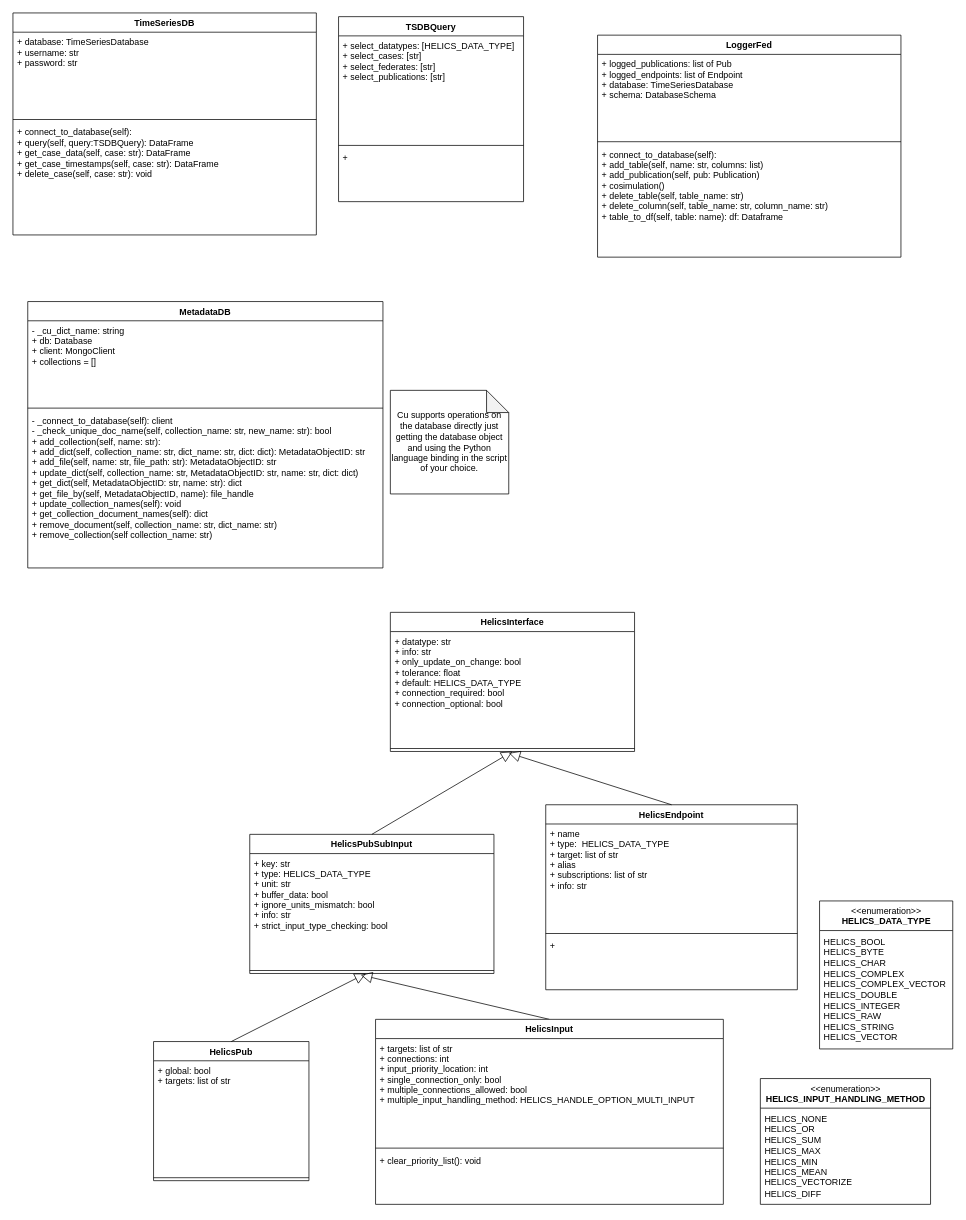
Above: docs/FY24_copper_classes.drawio in pnnl/cst (draw.io), before the change. Source tidied: cells renumbered, new cells numbered last; positions are measured from the earlier drawing's top-left corner, leaving out a move shared by most shapes. Both pictures are drawn from the tidied source at 74%, with x=0, y=0 at pixel (13, 13).
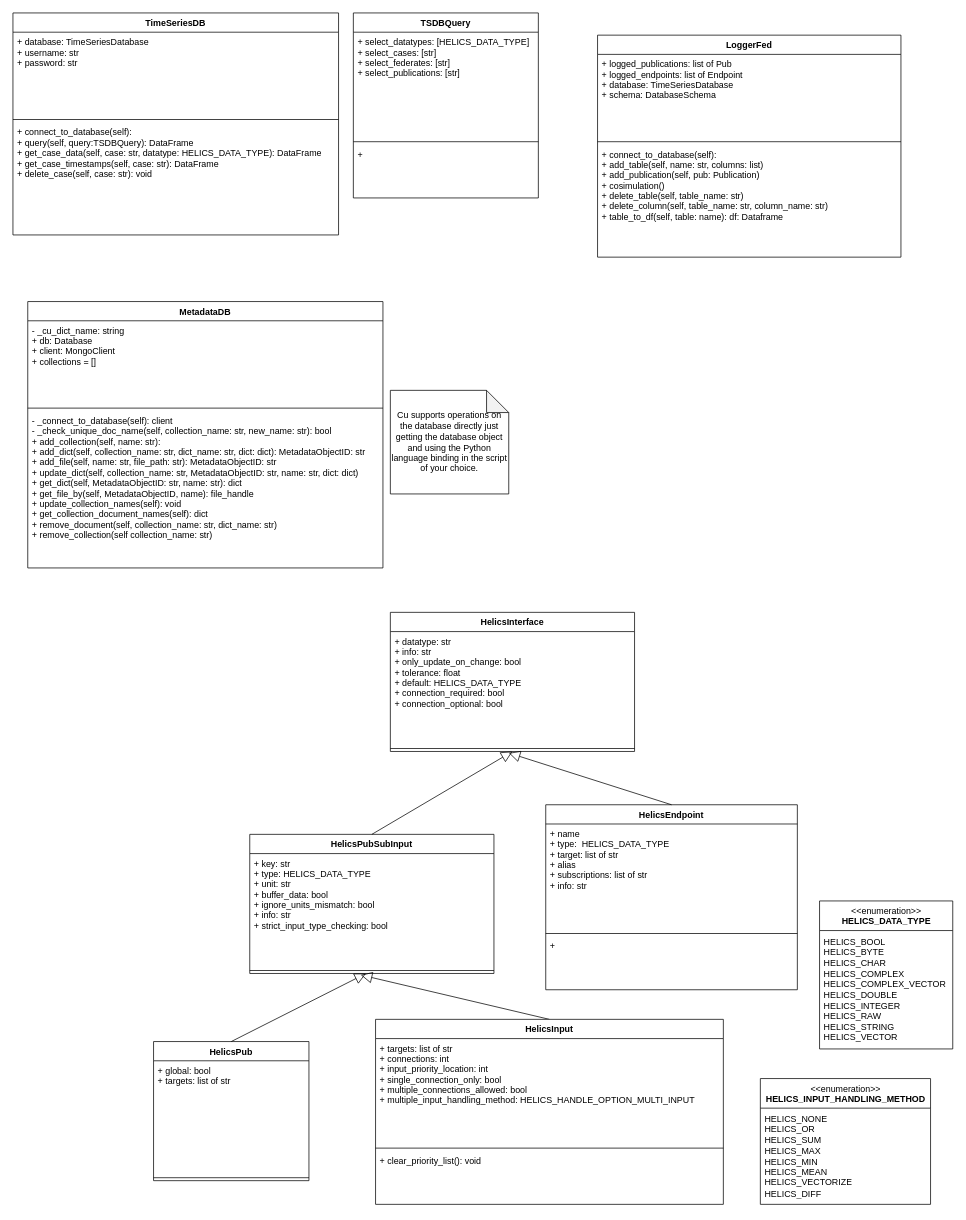
After the change.

Commit message:
Update case-specific method of TimeSeriesDB class

What changed in the source:
```diff
@@
     <mxCell id="2" value="TimeSeriesDB" style="swimlane;fontStyle=1;align=center;verticalAlign=top;horizontal=1;startSize=26;" parent="1" vertex="1">
-      <mxGeometry width="410" height="300" as="geometry" />
+      <mxGeometry width="440" height="300" as="geometry" />
     </mxCell>
     <mxCell id="3" value="+ database: TimeSeriesDatabase&#10;+ username: str&#10;+ password: str" style="text;strokeColor=none;fillColor=none;align=left;verticalAlign=top;spacingLeft=4;spacingRight=4;overflow=hidden;" parent="2" vertex="1">
-      <mxGeometry y="26" width="410" height="114" as="geometry" />
+      <mxGeometry y="26" width="440" height="114" as="geometry" />
     </mxCell>
     <mxCell id="4" style="line;strokeWidth=1;fillColor=none;align=left;verticalAlign=middle;spacingTop=-1;spacingLeft=3;spacingRight=3;labelPosition=right;strokeColor=inherit;" parent="2" vertex="1">
-      <mxGeometry y="140" width="410" height="8" as="geometry" />
+      <mxGeometry y="140" width="440" height="8" as="geometry" />
     </mxCell>
-    <mxCell id="5" value="+ connect_to_database(self): &#10;+ query(self, query:TSDBQuery): DataFrame&#10;+ get_case_data(self, case: str): DataFrame&#10;+ get_case_timestamps(self, case: str): DataFrame&#10;+ delete_case(self, case: str): void&#10;&#10;" style="text;strokeColor=none;fillColor=none;align=left;verticalAlign=top;spacingLeft=4;spacingRight=4;overflow=hidden;" parent="2" vertex="1">
-      <mxGeometry y="148" width="410" height="152" as="geometry" />
+    <mxCell id="5" value="+ connect_to_database(self): &#10;+ query(self, query:TSDBQuery): DataFrame&#10;+ get_case_data(self, case: str, datatype: HELICS_DATA_TYPE): DataFrame&#10;+ get_case_timestamps(self, case: str): DataFrame&#10;+ delete_case(self, case: str): void&#10;&#10;" style="text;strokeColor=none;fillColor=none;align=left;verticalAlign=top;spacingLeft=4;spacingRight=4;overflow=hidden;" parent="2" vertex="1">
+      <mxGeometry y="148" width="440" height="152" as="geometry" />
     </mxCell>
     <mxCell id="6" value="TSDBQuery" style="swimlane;fontStyle=1;align=center;verticalAlign=top;horizontal=1;startSize=26;" parent="1" vertex="1">
-      <mxGeometry x="440" y="5" width="250" height="250" as="geometry" />
+      <mxGeometry x="460" width="250" height="250" as="geometry" />
     </mxCell>
```
